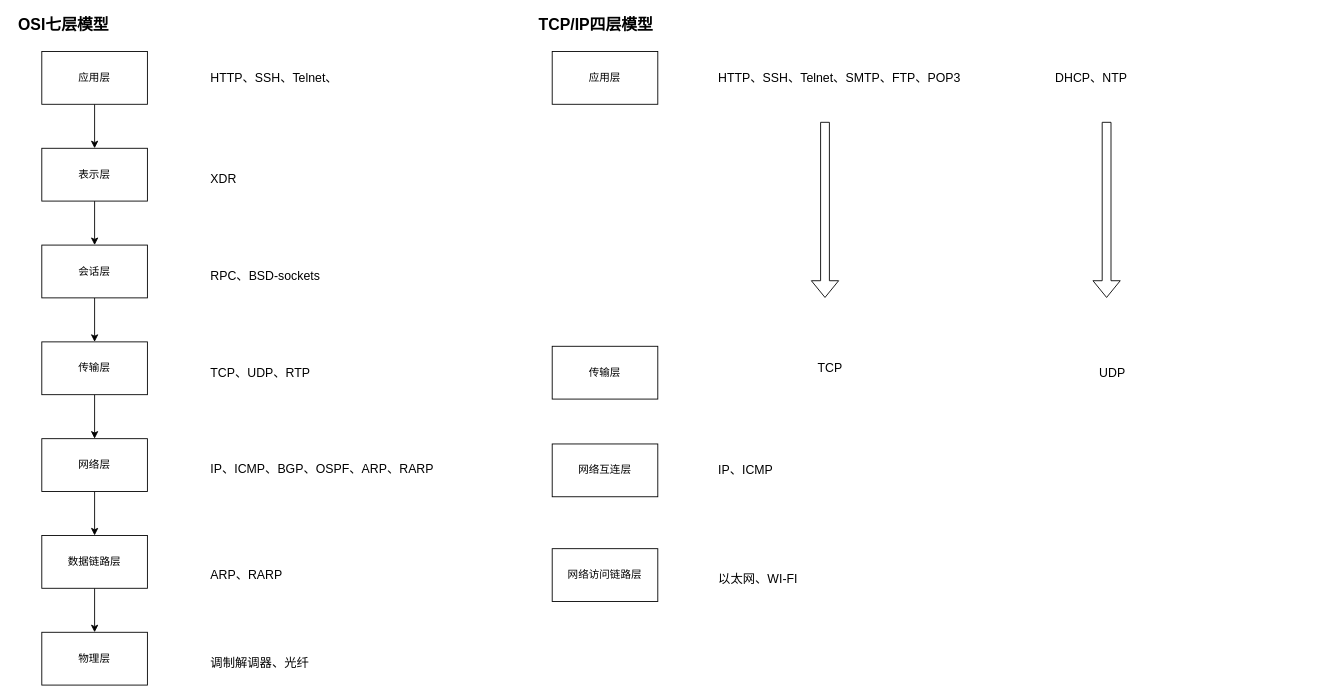
SummerZuo/crispy-summer-journey keeps this draw.io diagram as page "网络模型" (1 of 3) of day3/网络模型.drawio. Above is the earlier version. Source tidied: cells renumbered, new cells numbered last; positions are measured from the earlier drawing's top-left corner, leaving out a move shared by most shapes. Both pictures are drawn from the tidied source at 88%, with x=0, y=0 at pixel (15, 16).
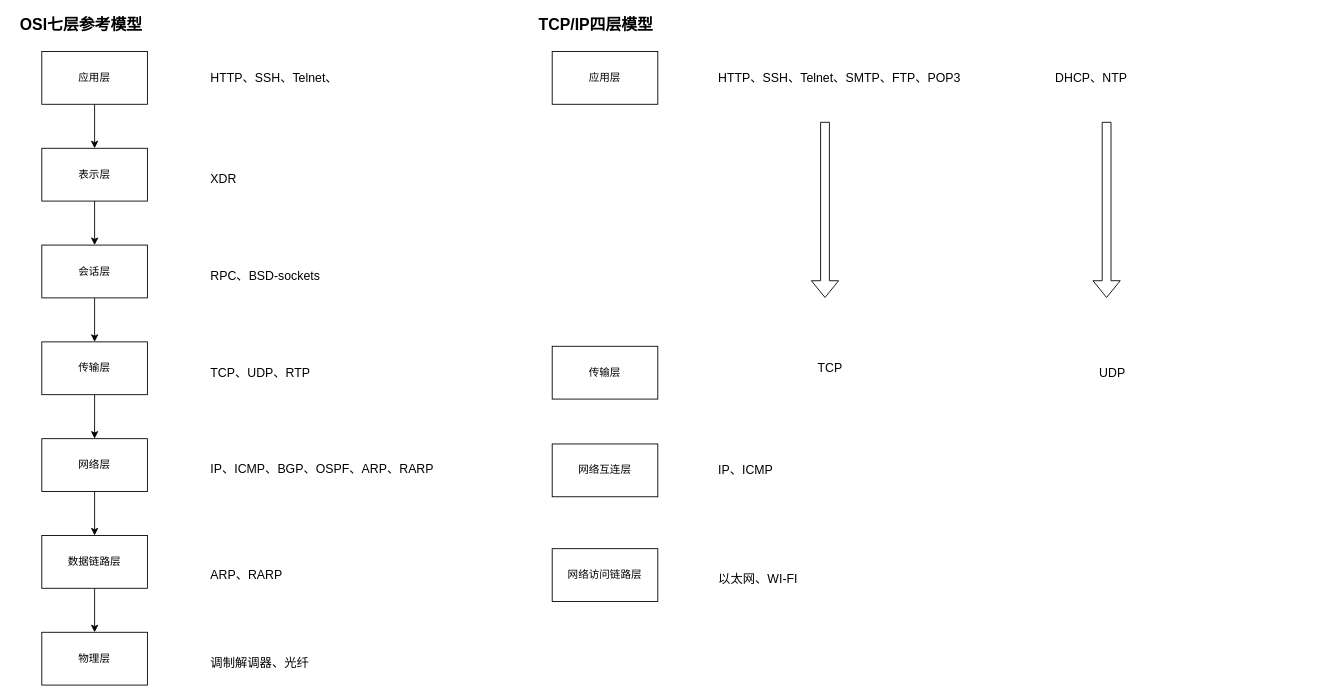
The same page after the edit.

What changed in the source:
```diff
@@
-    <mxCell id="15" value="&lt;b&gt;&lt;font style=&quot;font-size: 18px&quot;&gt;OSI七层模型&lt;/font&gt;&lt;/b&gt;" style="text;html=1;strokeColor=none;fillColor=none;align=center;verticalAlign=middle;whiteSpace=wrap;rounded=0;" parent="1" vertex="1">
-      <mxGeometry width="110" height="20" as="geometry" />
+    <mxCell id="15" value="&lt;b&gt;&lt;font style=&quot;font-size: 18px&quot;&gt;OSI七层参考模型&lt;/font&gt;&lt;/b&gt;" style="text;html=1;strokeColor=none;fillColor=none;align=center;verticalAlign=middle;whiteSpace=wrap;rounded=0;" parent="1" vertex="1">
+      <mxGeometry width="150" height="20" as="geometry" />
     </mxCell>
```
